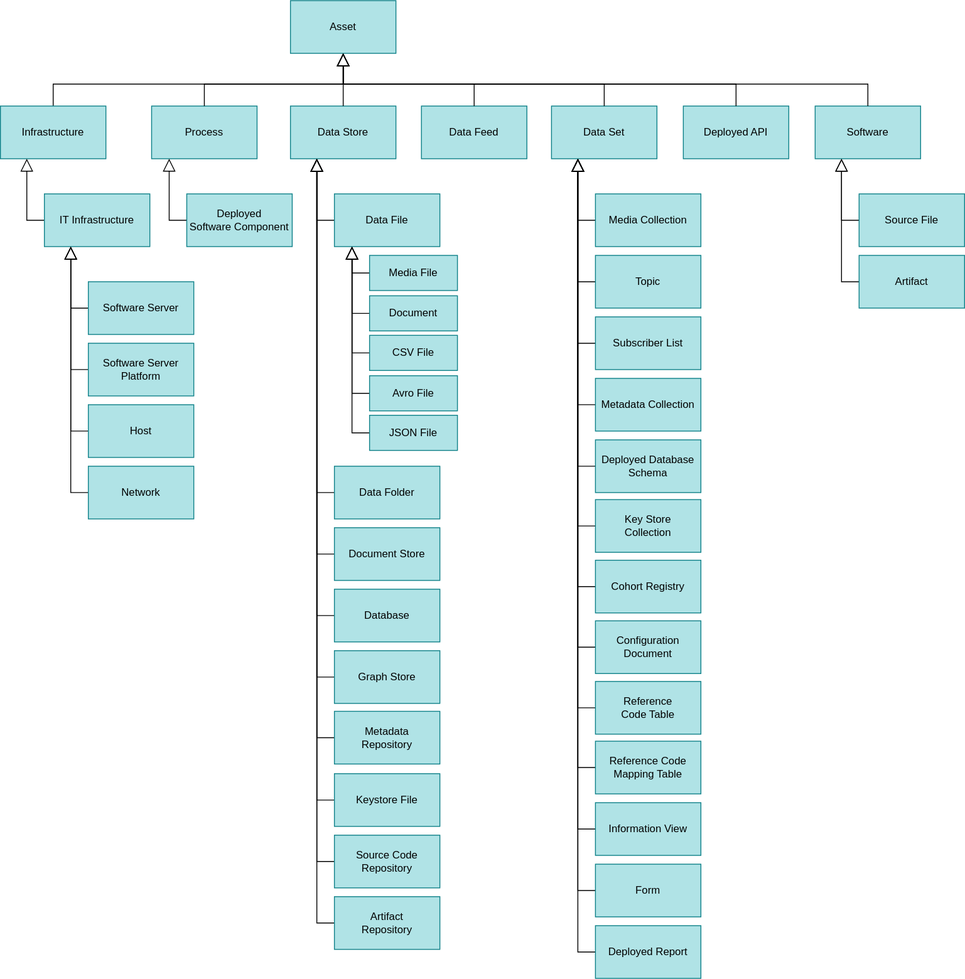
The draw.io diagram site/docs/concepts/asset-hierarchy.svg in odpi/egeria-docs, before a commit. Source tidied: cells renumbered, new cells last; positions are measured from the earlier drawing's top-left corner, leaving out a move shared by most shapes.
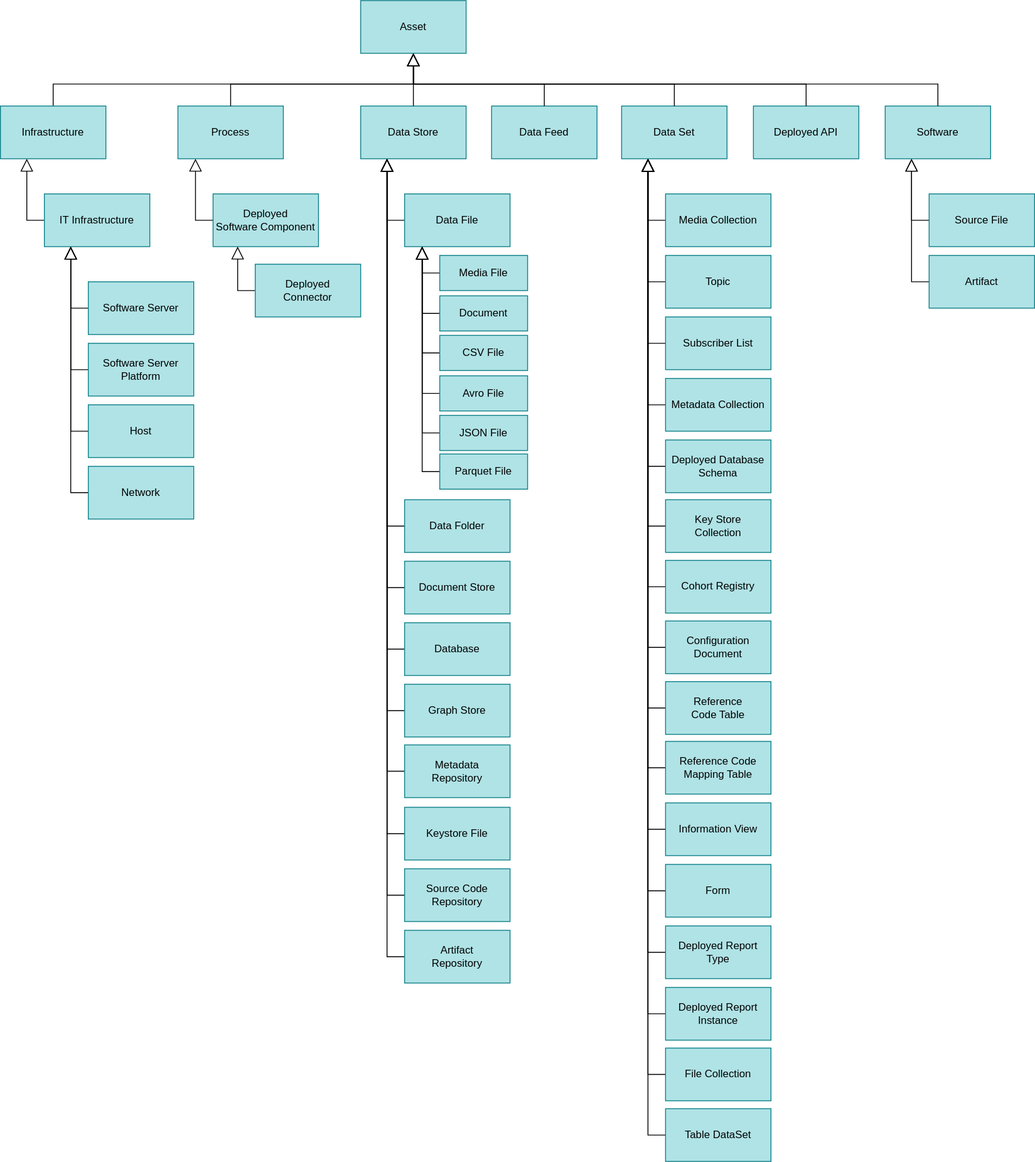
The same file after the commit.

What changed in the source:
```diff
@@ -6,13 +6,13 @@
       <mxGeometry x="330" width="120" height="60" as="geometry" />
     </mxCell>
     <mxCell id="3" value="Process" style="rounded=0;whiteSpace=wrap;html=1;fillColor=#b0e3e6;strokeColor=#0e8088;" parent="1" vertex="1">
-      <mxGeometry x="172" y="120" width="120" height="60" as="geometry" />
+      <mxGeometry x="122" y="120" width="120" height="60" as="geometry" />
     </mxCell>
     <mxCell id="4" style="edgeStyle=orthogonalEdgeStyle;rounded=0;jettySize=auto;html=1;exitX=0.5;exitY=0;exitDx=0;exitDy=0;entryX=0.5;entryY=1;entryDx=0;entryDy=0;endArrow=block;endFill=0;endSize=12;" parent="1" edge="1" source="5" target="2">
       <mxGeometry relative="1" as="geometry" />
     </mxCell>
     <mxCell id="5" value="Infrastructure" style="rounded=0;whiteSpace=wrap;html=1;fillColor=#b0e3e6;strokeColor=#0e8088;" parent="1" vertex="1">
-      <mxGeometry y="120" width="120" height="60" as="geometry" />
+      <mxGeometry x="-80" y="120" width="120" height="60" as="geometry" />
     </mxCell>
     <mxCell id="6" value="Data Store" style="rounded=0;whiteSpace=wrap;html=1;fillColor=#b0e3e6;strokeColor=#0e8088;" parent="1" vertex="1">
       <mxGeometry x="330" y="120" width="120" height="60" as="geometry" />
@@ -45,47 +45,48 @@
       <mxGeometry relative="1" as="geometry" />
     </mxCell>
     <mxCell id="14" value="IT Infrastructure" style="rounded=0;whiteSpace=wrap;html=1;fillColor=#b0e3e6;strokeColor=#0e8088;" parent="1" vertex="1">
-      <mxGeometry x="50" y="220" width="120" height="60" as="geometry" />
+      <mxGeometry x="-30" y="220" width="120" height="60" as="geometry" />
     </mxCell>
     <mxCell id="15" style="edgeStyle=orthogonalEdgeStyle;rounded=0;jettySize=auto;html=1;exitX=0;exitY=0.5;exitDx=0;exitDy=0;endArrow=block;endFill=0;endSize=12;" parent="1" edge="1" source="16">
       <mxGeometry relative="1" as="geometry">
-        <mxPoint x="80" y="280" as="targetPoint" />
+        <mxPoint y="280" as="targetPoint" />
       </mxGeometry>
     </mxCell>
     <mxCell id="16" value="Software Server" style="rounded=0;whiteSpace=wrap;html=1;fillColor=#b0e3e6;strokeColor=#0e8088;" parent="1" vertex="1">
-      <mxGeometry x="100" y="320" width="120" height="60" as="geometry" />
+      <mxGeometry x="20" y="320" width="120" height="60" as="geometry" />
     </mxCell>
     <mxCell id="17" style="edgeStyle=orthogonalEdgeStyle;rounded=0;jettySize=auto;html=1;exitX=0;exitY=0.5;exitDx=0;exitDy=0;endArrow=block;endFill=0;endSize=12;" parent="1" edge="1" source="18">
       <mxGeometry relative="1" as="geometry">
-        <mxPoint x="80" y="280" as="targetPoint" />
+        <mxPoint y="280" as="targetPoint" />
       </mxGeometry>
     </mxCell>
     <mxCell id="18" value="Software Server&lt;br&gt;Platform" style="rounded=0;whiteSpace=wrap;html=1;fillColor=#b0e3e6;strokeColor=#0e8088;" parent="1" vertex="1">
-      <mxGeometry x="100" y="390" width="120" height="60" as="geometry" />
+      <mxGeometry x="20" y="390" width="120" height="60" as="geometry" />
     </mxCell>
     <mxCell id="19" style="edgeStyle=orthogonalEdgeStyle;rounded=0;jettySize=auto;html=1;exitX=0;exitY=0.5;exitDx=0;exitDy=0;endArrow=block;endFill=0;endSize=12;" parent="1" edge="1" source="20">
       <mxGeometry relative="1" as="geometry">
-        <mxPoint x="80" y="280" as="targetPoint" />
+        <mxPoint y="280" as="targetPoint" />
       </mxGeometry>
     </mxCell>
     <mxCell id="20" value="Host" style="rounded=0;whiteSpace=wrap;html=1;fillColor=#b0e3e6;strokeColor=#0e8088;" parent="1" vertex="1">
-      <mxGeometry x="100" y="460" width="120" height="60" as="geometry" />
+      <mxGeometry x="20" y="460" width="120" height="60" as="geometry" />
     </mxCell>
     <mxCell id="21" style="edgeStyle=orthogonalEdgeStyle;rounded=0;jettySize=auto;html=1;exitX=0;exitY=0.5;exitDx=0;exitDy=0;endArrow=block;endFill=0;endSize=12;" parent="1" edge="1" source="22">
       <mxGeometry relative="1" as="geometry">
-        <mxPoint x="80" y="280" as="targetPoint" />
+        <mxPoint y="280" as="targetPoint" />
       </mxGeometry>
     </mxCell>
     <mxCell id="22" value="Network" style="rounded=0;whiteSpace=wrap;html=1;fillColor=#b0e3e6;strokeColor=#0e8088;" parent="1" vertex="1">
-      <mxGeometry x="100" y="530" width="120" height="60" as="geometry" />
+      <mxGeometry x="20" y="530" width="120" height="60" as="geometry" />
     </mxCell>
-    <mxCell id="23" style="edgeStyle=orthogonalEdgeStyle;rounded=0;jettySize=auto;html=1;exitX=0;exitY=0.5;exitDx=0;exitDy=0;entryX=0.25;entryY=1;entryDx=0;entryDy=0;endArrow=block;endFill=0;endSize=12;" parent="1" edge="1" source="24">
+    <mxCell id="23" style="edgeStyle=orthogonalEdgeStyle;rounded=0;orthogonalLoop=1;jettySize=auto;html=1;exitX=0;exitY=0.5;exitDx=0;exitDy=0;entryX=0.25;entryY=1;entryDx=0;entryDy=0;endArrow=block;endFill=0;endSize=12;" parent="1" edge="1">
       <mxGeometry relative="1" as="geometry">
-        <mxPoint x="192" y="180" as="targetPoint" />
+        <mxPoint x="162" y="250" as="sourcePoint" />
+        <mxPoint x="142" y="180" as="targetPoint" />
       </mxGeometry>
     </mxCell>
     <mxCell id="24" value="Deployed&lt;br&gt;Software Component" style="rounded=0;whiteSpace=wrap;html=1;fillColor=#b0e3e6;strokeColor=#0e8088;" parent="1" vertex="1">
-      <mxGeometry x="212" y="220" width="120" height="60" as="geometry" />
+      <mxGeometry x="162" y="220" width="120" height="60" as="geometry" />
     </mxCell>
     <mxCell id="25" style="edgeStyle=orthogonalEdgeStyle;rounded=0;jettySize=auto;html=1;exitX=0;exitY=0.5;exitDx=0;exitDy=0;endArrow=block;endFill=0;endSize=12;" parent="1" edge="1" source="26">
       <mxGeometry relative="1" as="geometry">
@@ -101,7 +102,7 @@
       </mxGeometry>
     </mxCell>
     <mxCell id="28" value="Data Folder" style="rounded=0;whiteSpace=wrap;html=1;fillColor=#b0e3e6;strokeColor=#0e8088;" parent="1" vertex="1">
-      <mxGeometry x="380" y="530" width="120" height="60" as="geometry" />
+      <mxGeometry x="380" y="568" width="120" height="60" as="geometry" />
     </mxCell>
     <mxCell id="29" style="edgeStyle=orthogonalEdgeStyle;rounded=0;jettySize=auto;html=1;exitX=0;exitY=0.5;exitDx=0;exitDy=0;endArrow=block;endFill=0;endSize=12;" parent="1" edge="1" source="30">
       <mxGeometry relative="1" as="geometry">
@@ -109,7 +110,7 @@
       </mxGeometry>
     </mxCell>
     <mxCell id="30" value="Document Store" style="rounded=0;whiteSpace=wrap;html=1;fillColor=#b0e3e6;strokeColor=#0e8088;" parent="1" vertex="1">
-      <mxGeometry x="380" y="600" width="120" height="60" as="geometry" />
+      <mxGeometry x="380" y="638" width="120" height="60" as="geometry" />
     </mxCell>
     <mxCell id="31" style="edgeStyle=orthogonalEdgeStyle;rounded=0;jettySize=auto;html=1;exitX=0;exitY=0.5;exitDx=0;exitDy=0;endArrow=block;endFill=0;endSize=12;" parent="1" edge="1" source="32">
       <mxGeometry relative="1" as="geometry">
@@ -117,7 +118,7 @@
       </mxGeometry>
     </mxCell>
     <mxCell id="32" value="Database" style="rounded=0;whiteSpace=wrap;html=1;fillColor=#b0e3e6;strokeColor=#0e8088;" parent="1" vertex="1">
-      <mxGeometry x="380" y="670" width="120" height="60" as="geometry" />
+      <mxGeometry x="380" y="708" width="120" height="60" as="geometry" />
     </mxCell>
     <mxCell id="33" style="edgeStyle=orthogonalEdgeStyle;rounded=0;jettySize=auto;html=1;exitX=0;exitY=0.5;exitDx=0;exitDy=0;endArrow=block;endFill=0;endSize=12;" parent="1" edge="1" source="34">
       <mxGeometry relative="1" as="geometry">
@@ -125,7 +126,7 @@
       </mxGeometry>
     </mxCell>
     <mxCell id="34" value="Metadata&lt;br&gt;Repository" style="rounded=0;whiteSpace=wrap;html=1;fillColor=#b0e3e6;strokeColor=#0e8088;" parent="1" vertex="1">
-      <mxGeometry x="380" y="809" width="120" height="60" as="geometry" />
+      <mxGeometry x="380" y="847" width="120" height="60" as="geometry" />
     </mxCell>
     <mxCell id="35" style="edgeStyle=orthogonalEdgeStyle;rounded=0;jettySize=auto;html=1;exitX=0;exitY=0.5;exitDx=0;exitDy=0;endArrow=block;endFill=0;endSize=12;" parent="1" edge="1" source="36">
       <mxGeometry relative="1" as="geometry">
@@ -195,7 +196,7 @@
       </mxGeometry>
     </mxCell>
     <mxCell id="52" value="Graph Store" style="rounded=0;whiteSpace=wrap;html=1;fillColor=#b0e3e6;strokeColor=#0e8088;" parent="1" vertex="1">
-      <mxGeometry x="380" y="740" width="120" height="60" as="geometry" />
+      <mxGeometry x="380" y="778" width="120" height="60" as="geometry" />
     </mxCell>
     <mxCell id="53" style="edgeStyle=orthogonalEdgeStyle;rounded=0;jettySize=auto;html=1;exitX=0;exitY=0.5;exitDx=0;exitDy=0;endArrow=block;endFill=0;endSize=12;" parent="1" edge="1" source="54">
       <mxGeometry relative="1" as="geometry">
@@ -272,7 +273,7 @@
         <mxPoint x="657" y="180" as="targetPoint" />
       </mxGeometry>
     </mxCell>
-    <mxCell id="72" value="Deployed Report" style="rounded=0;whiteSpace=wrap;html=1;fillColor=#b0e3e6;strokeColor=#0e8088;" parent="1" vertex="1">
+    <mxCell id="72" value="Deployed Report Type" style="rounded=0;whiteSpace=wrap;html=1;fillColor=#b0e3e6;strokeColor=#0e8088;" parent="1" vertex="1">
       <mxGeometry x="677" y="1053" width="120" height="60" as="geometry" />
     </mxCell>
     <mxCell id="73" value="Software" style="rounded=0;whiteSpace=wrap;html=1;fillColor=#b0e3e6;strokeColor=#0e8088;" parent="1" vertex="1">
@@ -307,7 +308,7 @@
       <mxGeometry relative="1" as="geometry" />
     </mxCell>
     <mxCell id="82" value="Keystore File" style="rounded=0;whiteSpace=wrap;html=1;fillColor=#b0e3e6;strokeColor=#0e8088;" parent="1" vertex="1">
-      <mxGeometry x="380" y="880" width="120" height="60" as="geometry" />
+      <mxGeometry x="380" y="918" width="120" height="60" as="geometry" />
     </mxCell>
     <mxCell id="83" style="edgeStyle=orthogonalEdgeStyle;rounded=0;jettySize=auto;html=1;exitX=0;exitY=0.5;exitDx=0;exitDy=0;endArrow=block;endFill=0;endSize=12;" parent="1" edge="1" source="84">
       <mxGeometry relative="1" as="geometry">
@@ -315,7 +316,7 @@
       </mxGeometry>
     </mxCell>
     <mxCell id="84" value="Source Code&lt;br&gt;Repository" style="rounded=0;whiteSpace=wrap;html=1;fillColor=#b0e3e6;strokeColor=#0e8088;" parent="1" vertex="1">
-      <mxGeometry x="380" y="950" width="120" height="60" as="geometry" />
+      <mxGeometry x="380" y="988" width="120" height="60" as="geometry" />
     </mxCell>
     <mxCell id="85" style="edgeStyle=orthogonalEdgeStyle;rounded=0;jettySize=auto;html=1;exitX=0;exitY=0.5;exitDx=0;exitDy=0;endArrow=block;endFill=0;endSize=12;" parent="1" edge="1" source="86">
       <mxGeometry relative="1" as="geometry">
@@ -323,7 +324,47 @@
       </mxGeometry>
     </mxCell>
     <mxCell id="86" value="Artifact&lt;br&gt;Repository" style="rounded=0;whiteSpace=wrap;html=1;fillColor=#b0e3e6;strokeColor=#0e8088;" parent="1" vertex="1">
-      <mxGeometry x="380" y="1020" width="120" height="60" as="geometry" />
+      <mxGeometry x="380" y="1058" width="120" height="60" as="geometry" />
     </mxCell>
+    <mxCell id="87" style="edgeStyle=orthogonalEdgeStyle;rounded=0;jettySize=auto;html=1;exitX=0;exitY=0.5;exitDx=0;exitDy=0;endArrow=block;endFill=0;endSize=12;" parent="1" edge="1" source="88">
+      <mxGeometry relative="1" as="geometry">
+        <mxPoint x="400" y="280" as="targetPoint" />
+      </mxGeometry>
+    </mxCell>
+    <mxCell id="88" value="Parquet File" style="rounded=0;whiteSpace=wrap;html=1;fillColor=#b0e3e6;strokeColor=#0e8088;" parent="1" vertex="1">
+      <mxGeometry x="420" y="516" width="100" height="40" as="geometry" />
+    </mxCell>
+    <mxCell id="89" style="edgeStyle=orthogonalEdgeStyle;rounded=0;jettySize=auto;html=1;exitX=0;exitY=0.5;exitDx=0;exitDy=0;endArrow=block;endFill=0;endSize=12;" parent="1" edge="1" source="90">
+      <mxGeometry relative="1" as="geometry">
+        <mxPoint x="657" y="180" as="targetPoint" />
+      </mxGeometry>
+    </mxCell>
+    <mxCell id="90" value="File Collection" style="rounded=0;whiteSpace=wrap;html=1;fillColor=#b0e3e6;strokeColor=#0e8088;" parent="1" vertex="1">
+      <mxGeometry x="677" y="1192" width="120" height="60" as="geometry" />
+    </mxCell>
+    <mxCell id="91" style="edgeStyle=orthogonalEdgeStyle;rounded=0;jettySize=auto;html=1;exitX=0;exitY=0.5;exitDx=0;exitDy=0;endArrow=block;endFill=0;endSize=12;" parent="1" edge="1" source="92">
+      <mxGeometry relative="1" as="geometry">
+        <mxPoint x="657" y="180" as="targetPoint" />
+      </mxGeometry>
+    </mxCell>
+    <mxCell id="92" value="Deployed Report Instance" style="rounded=0;whiteSpace=wrap;html=1;fillColor=#b0e3e6;strokeColor=#0e8088;" parent="1" vertex="1">
+      <mxGeometry x="677" y="1123" width="120" height="60" as="geometry" />
+    </mxCell>
+    <mxCell id="93" style="edgeStyle=orthogonalEdgeStyle;rounded=0;jettySize=auto;html=1;exitX=0;exitY=0.5;exitDx=0;exitDy=0;endArrow=block;endFill=0;endSize=12;" parent="1" edge="1" source="94">
+      <mxGeometry relative="1" as="geometry">
+        <mxPoint x="657" y="180" as="targetPoint" />
+      </mxGeometry>
+    </mxCell>
+    <mxCell id="94" value="Table DataSet" style="rounded=0;whiteSpace=wrap;html=1;fillColor=#b0e3e6;strokeColor=#0e8088;" parent="1" vertex="1">
+      <mxGeometry x="677" y="1261" width="120" height="60" as="geometry" />
+    </mxCell>
+    <mxCell id="95" style="edgeStyle=orthogonalEdgeStyle;rounded=0;jettySize=auto;html=1;exitX=0;exitY=0.5;exitDx=0;exitDy=0;entryX=0.25;entryY=1;entryDx=0;entryDy=0;endArrow=block;endFill=0;endSize=12;" parent="1" edge="1" source="96">
+      <mxGeometry relative="1" as="geometry">
+        <mxPoint x="190" y="280" as="targetPoint" />
+      </mxGeometry>
+    </mxCell>
+    <mxCell id="96" value="Deployed&lt;br&gt;Connector" style="rounded=0;whiteSpace=wrap;html=1;fillColor=#b0e3e6;strokeColor=#0e8088;" parent="1" vertex="1">
+      <mxGeometry x="210" y="300" width="120" height="60" as="geometry" />
+    </mxCell>
   </root>
 </mxGraphModel>
```
